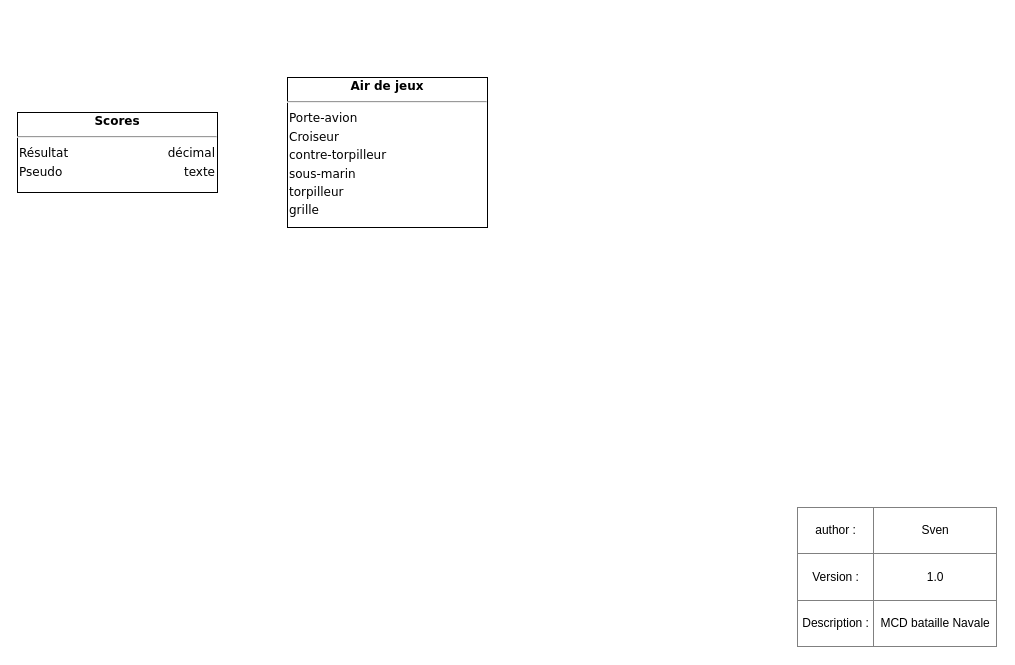
This is MCD_bataille_navale.drawio from volerysven/Bataille-Navale, a draw.io file, before an edit. Source tidied: cells renumbered, new cells numbered last; positions are measured from the earlier drawing's top-left corner, leaving out a move shared by most shapes. Both pictures are drawn from the tidied source at 100%, with x=0, y=0 at pixel (17, 77).
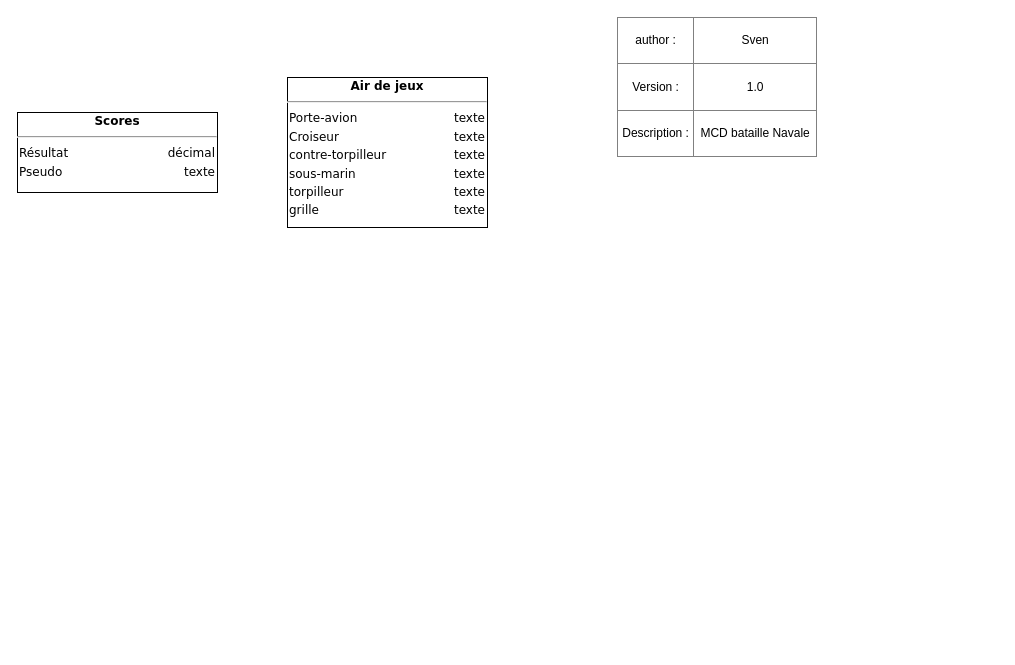
The same page after the edit.

What changed in the source:
```diff
@@
 <mxGraphModel>
   <root>
     <mxCell id="0" />
     <mxCell id="1" parent="0" />
     <mxCell id="2" value="&lt;div style=&quot;box-sizing: border-box ; width: 100% ; padding: 2px&quot;&gt;&lt;span style=&quot;background-color: rgb(255 , 255 , 255)&quot;&gt;&lt;b&gt;Scores&lt;/b&gt;&lt;/span&gt;&lt;/div&gt;&lt;hr&gt;&lt;table style=&quot;width: 100% ; font-size: 1em&quot; cellpadding=&quot;2&quot; cellspacing=&quot;0&quot;&gt;&lt;tbody&gt;&lt;tr&gt;&lt;td style=&quot;text-align: left&quot;&gt;Résultat&lt;/td&gt;&lt;td style=&quot;text-align: right&quot;&gt;décimal&lt;/td&gt;&lt;/tr&gt;&lt;tr&gt;&lt;td style=&quot;text-align: left&quot;&gt;Pseudo&lt;br&gt;&lt;/td&gt;&lt;td style=&quot;text-align: right&quot;&gt;texte&lt;br&gt;&lt;/td&gt;&lt;/tr&gt;&lt;/tbody&gt;&lt;/table&gt;" style="verticalAlign=top;align=center;overflow=fill;html=1;rounded=0;shadow=0;comic=0;labelBackgroundColor=none;strokeColor=#000000;strokeWidth=1;fillColor=#ffffff;fontFamily=Verdana;fontSize=12;fontColor=#000000;" parent="1" vertex="1">
       <mxGeometry y="35" width="200" height="80" as="geometry" />
     </mxCell>
-    <mxCell id="3" value="&lt;div style=&quot;box-sizing: border-box ; width: 100% ; padding: 2px&quot;&gt;&lt;span style=&quot;background-color: rgb(255 , 255 , 255)&quot;&gt;&lt;b&gt;Air de jeux&lt;/b&gt;&lt;/span&gt;&lt;/div&gt;&lt;hr&gt;&lt;table style=&quot;width: 100% ; font-size: 1em&quot; cellpadding=&quot;2&quot; cellspacing=&quot;0&quot;&gt;&lt;tbody&gt;&lt;tr&gt;&lt;td style=&quot;text-align: left&quot;&gt;Porte-avion&lt;/td&gt;&lt;td style=&quot;text-align: right&quot;&gt;&lt;br&gt;&lt;/td&gt;&lt;/tr&gt;&lt;tr&gt;&lt;td style=&quot;text-align: left&quot;&gt;Croiseur&lt;/td&gt;&lt;td style=&quot;text-align: right&quot;&gt;&lt;br&gt;&lt;/td&gt;&lt;/tr&gt;&lt;tr&gt;&lt;td style=&quot;text-align: left&quot;&gt;contre-torpilleur&lt;/td&gt;&lt;td style=&quot;text-align: right&quot;&gt;&lt;br&gt;&lt;/td&gt;&lt;/tr&gt;&lt;tr&gt;&lt;td style=&quot;text-align: left&quot;&gt;sous-marin&lt;/td&gt;&lt;td style=&quot;text-align: right&quot;&gt;&lt;br&gt;&lt;/td&gt;&lt;/tr&gt;&lt;tr&gt;&lt;td style=&quot;text-align: left&quot;&gt;torpilleur&lt;/td&gt;&lt;td style=&quot;text-align: right&quot;&gt;&lt;br&gt;&lt;/td&gt;&lt;/tr&gt;&lt;tr&gt;&lt;td style=&quot;text-align: left&quot;&gt;grille&lt;/td&gt;&lt;td&gt;&lt;br&gt;&lt;/td&gt;&lt;/tr&gt;&lt;/tbody&gt;&lt;/table&gt;" style="verticalAlign=top;align=center;overflow=fill;html=1;rounded=0;shadow=0;comic=0;labelBackgroundColor=none;strokeColor=#000000;strokeWidth=1;fillColor=#ffffff;fontFamily=Verdana;fontSize=12;fontColor=#000000;" parent="1" vertex="1">
+    <mxCell id="3" value="&lt;div style=&quot;box-sizing: border-box ; width: 100% ; padding: 2px&quot;&gt;&lt;span style=&quot;background-color: rgb(255 , 255 , 255)&quot;&gt;&lt;b&gt;Air de jeux&lt;/b&gt;&lt;/span&gt;&lt;/div&gt;&lt;hr&gt;&lt;table style=&quot;width: 100% ; font-size: 1em&quot; cellpadding=&quot;2&quot; cellspacing=&quot;0&quot;&gt;&lt;tbody&gt;&lt;tr&gt;&lt;td style=&quot;text-align: left&quot;&gt;Porte-avion&lt;/td&gt;&lt;td style=&quot;text-align: right&quot;&gt;texte&lt;/td&gt;&lt;/tr&gt;&lt;tr&gt;&lt;td style=&quot;text-align: left&quot;&gt;Croiseur&lt;/td&gt;&lt;td style=&quot;text-align: right&quot;&gt;texte&lt;/td&gt;&lt;/tr&gt;&lt;tr&gt;&lt;td style=&quot;text-align: left&quot;&gt;contre-torpilleur&lt;/td&gt;&lt;td style=&quot;text-align: right&quot;&gt;texte&lt;/td&gt;&lt;/tr&gt;&lt;tr&gt;&lt;td style=&quot;text-align: left&quot;&gt;sous-marin&lt;/td&gt;&lt;td style=&quot;text-align: right&quot;&gt;texte&lt;/td&gt;&lt;/tr&gt;&lt;tr&gt;&lt;td style=&quot;text-align: left&quot;&gt;torpilleur&lt;/td&gt;&lt;td style=&quot;text-align: right&quot;&gt;texte&lt;/td&gt;&lt;/tr&gt;&lt;tr&gt;&lt;td style=&quot;text-align: left&quot;&gt;grille&lt;/td&gt;&lt;td style=&quot;text-align: right&quot;&gt;&amp;nbsp; &amp;nbsp; &amp;nbsp; texte&lt;/td&gt;&lt;/tr&gt;&lt;/tbody&gt;&lt;/table&gt;" style="verticalAlign=top;align=center;overflow=fill;html=1;rounded=0;shadow=0;comic=0;labelBackgroundColor=none;strokeColor=#000000;strokeWidth=1;fillColor=#ffffff;fontFamily=Verdana;fontSize=12;fontColor=#000000;" parent="1" vertex="1">
       <mxGeometry x="270" width="200" height="150" as="geometry" />
     </mxCell>
     <mxCell id="4" value="&lt;table border=&quot;1&quot; width=&quot;100%&quot; style=&quot;width: 100% ; height: 100% ; border-collapse: collapse&quot;&gt;&lt;tbody&gt;&lt;tr&gt;&lt;td align=&quot;center&quot;&gt;author :&lt;/td&gt;&lt;td align=&quot;center&quot;&gt;Sven&lt;/td&gt;&lt;/tr&gt;&lt;tr&gt;&lt;td align=&quot;center&quot;&gt;Version :&lt;/td&gt;&lt;td align=&quot;center&quot;&gt;1.0&lt;/td&gt;&lt;/tr&gt;&lt;tr&gt;&lt;td align=&quot;center&quot;&gt;Description :&lt;/td&gt;&lt;td align=&quot;center&quot;&gt;MCD bataille Navale&lt;/td&gt;&lt;/tr&gt;&lt;/tbody&gt;&lt;/table&gt;" style="text;html=1;strokeColor=none;fillColor=none;overflow=fill;" parent="1" vertex="1">
-      <mxGeometry x="780" y="430" width="200" height="140" as="geometry" />
+      <mxGeometry x="600" y="-60" width="200" height="140" as="geometry" />
     </mxCell>
   </root>
 </mxGraphModel>
```
